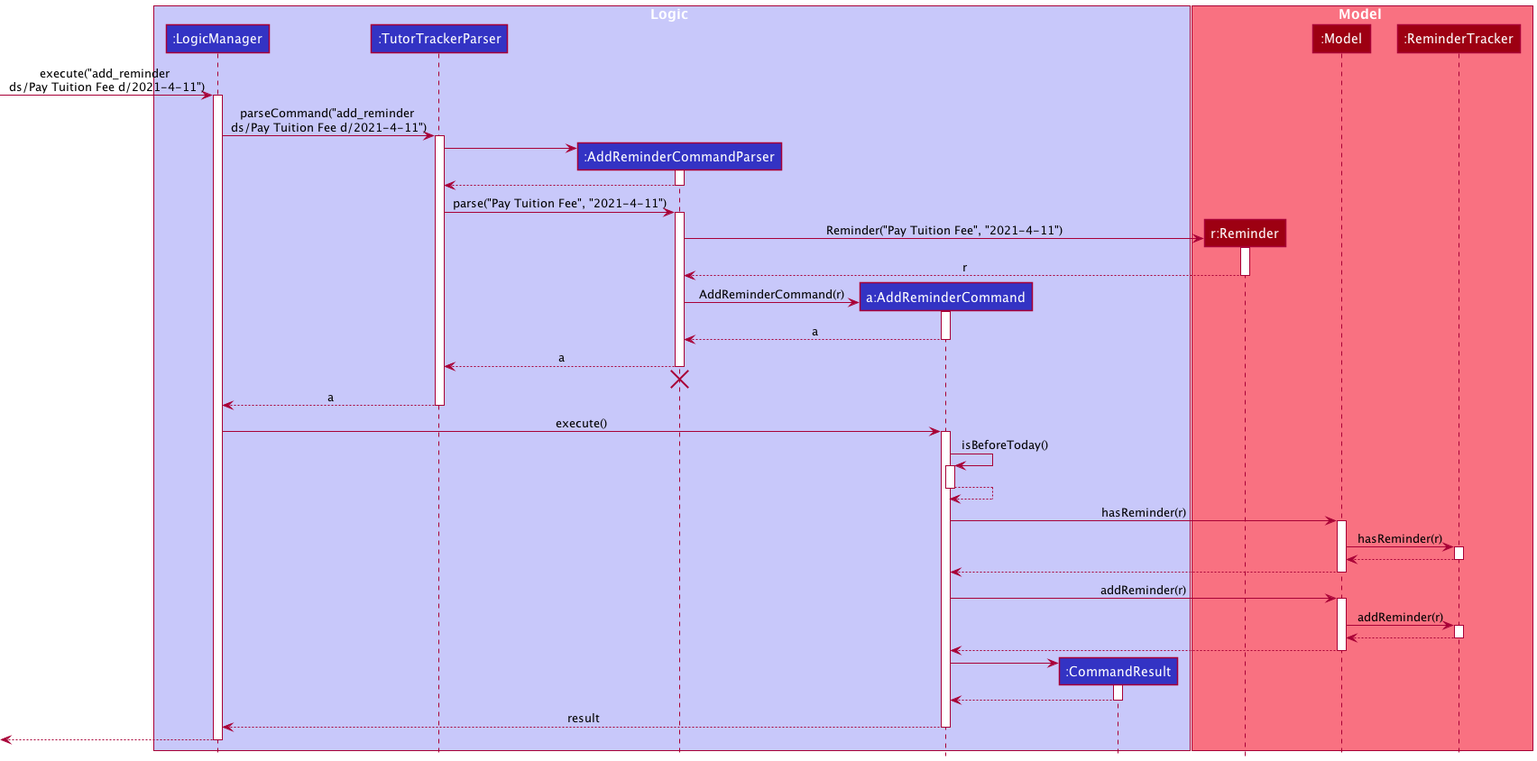
Before: docs/images/reminder/ReminderSequenceDiagram.png, a diagram exported from PlantUML (nus-cs2103-AY2021S2/tp). Its source is kept beside it as docs/diagrams/reminder/ReminderSequenceDiagram.puml.
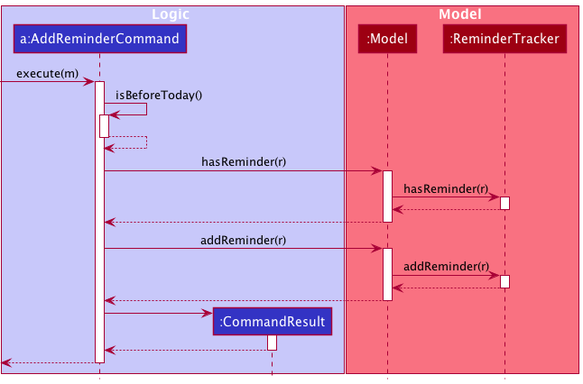
The same file after the commit.

What changed in the source:
```diff
@@ -2,58 +2,16 @@
 !include ../style.puml
 
 box Logic LOGIC_COLOR_T1
-participant ":LogicManager" as LogicManager LOGIC_COLOR
-participant ":TutorTrackerParser" as TutorTrackerParser LOGIC_COLOR
-participant ":AddReminderCommandParser" as AddReminderCommandParser LOGIC_COLOR
 participant "a:AddReminderCommand" as AddReminderCommand LOGIC_COLOR
 participant ":CommandResult" as CommandResult LOGIC_COLOR
 end box
 
 box Model MODEL_COLOR_T1
-participant "r:Reminder" as Reminder MODEL_COLOR
 participant ":Model" as Model MODEL_COLOR
 participant ":ReminderTracker" as ReminderTracker MODEL_COLOR
 end box
 
-[-> LogicManager : execute("add_reminder \nds/Pay Tuition Fee d/2021-4-11")
-activate LogicManager
-
-LogicManager -> TutorTrackerParser : parseCommand("add_reminder \nds/Pay Tuition Fee d/2021-4-11")
-activate TutorTrackerParser
-
-create AddReminderCommandParser
-TutorTrackerParser -> AddReminderCommandParser
-activate AddReminderCommandParser
-
-AddReminderCommandParser --> TutorTrackerParser
-deactivate AddReminderCommandParser
-
-TutorTrackerParser -> AddReminderCommandParser : parse("Pay Tuition Fee", "2021-4-11")
-activate AddReminderCommandParser
-
-create Reminder
-AddReminderCommandParser -> Reminder : Reminder("Pay Tuition Fee", "2021-4-11")
-activate Reminder
-
-Reminder --> AddReminderCommandParser : r
-deactivate Reminder
-
-create AddReminderCommand
-AddReminderCommandParser -> AddReminderCommand : AddReminderCommand(r)
-activate AddReminderCommand
-
-AddReminderCommand --> AddReminderCommandParser : a
-deactivate AddReminderCommand
-
-AddReminderCommandParser --> TutorTrackerParser : a
-deactivate AddReminderCommandParser
-AddReminderCommandParser -[hidden]-> TutorTrackerParser
-destroy AddReminderCommandParser
-
-TutorTrackerParser --> LogicManager : a
-deactivate TutorTrackerParser
-
-LogicManager -> AddReminderCommand : execute()
+[-> AddReminderCommand : execute(m)
 activate AddReminderCommand
 
 AddReminderCommand -> AddReminderCommand : isBeforeToday()
@@ -86,12 +44,9 @@
 AddReminderCommand -> CommandResult
 activate CommandResult
 
-CommandResult --> AddReminderCommand
+CommandResult --> AddReminderCommand: r
 deactivate CommandResult
 
-AddReminderCommand --> LogicManager : result
+[<--AddReminderCommand
 deactivate AddReminderCommand
-
-[<--LogicManager
-deactivate LogicManager
 @enduml
```
